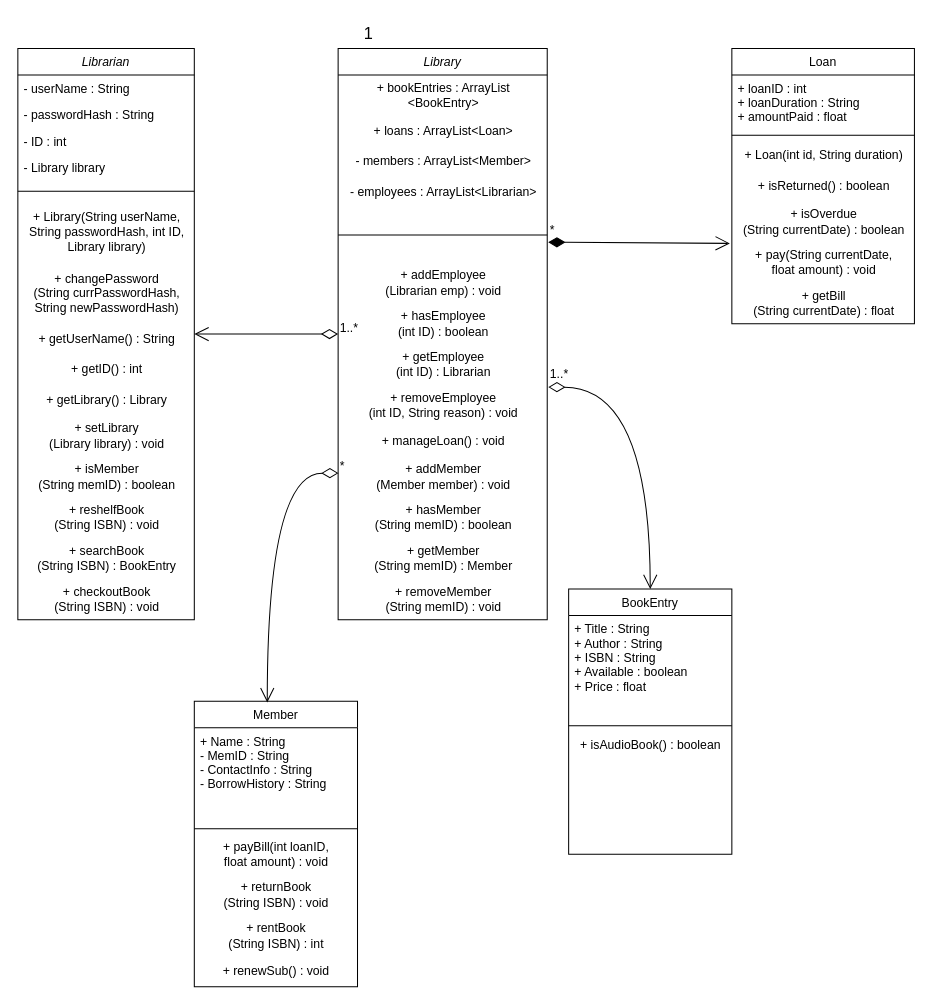
Above: Untitled Diagram.drawio in Twpendleton/ClassUMLDiagram (draw.io), before the change. Source tidied: cells renumbered, new cells numbered last; positions are measured from the earlier drawing's top-left corner, leaving out a move shared by most shapes. Both pictures are drawn from the tidied source at 102%, with x=0, y=0 at pixel (17, 17).
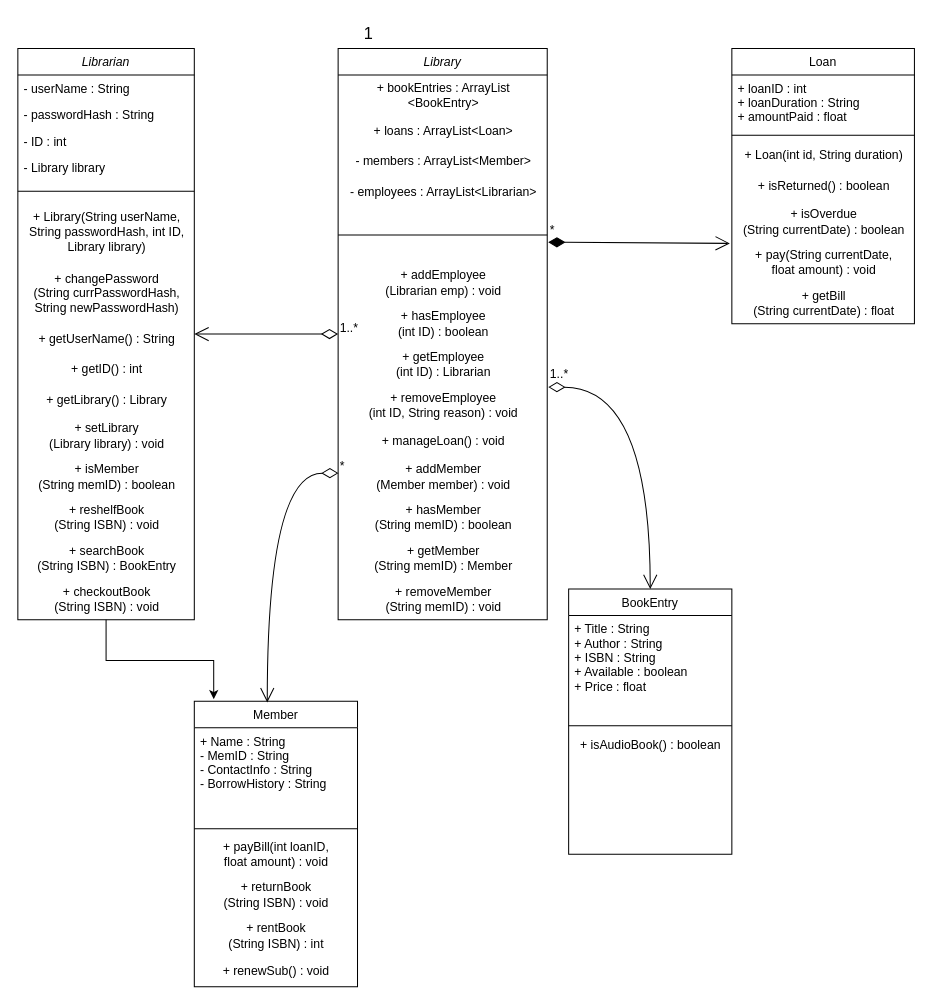
The same diagram, later.

The change refers to these unchanged cells:
```xml
<mxCell id="17" value="+ checkoutBook&lt;div&gt;(String ISBN) : void&lt;/div&gt;" style="text;html=1;align=center;verticalAlign=middle;points=[];strokeColor=none;fillColor=none;" parent="2" vertex="1">
  <mxGeometry y="520" width="173" height="40" as="geometry" />
</mxCell>
<mxCell id="18" value="Member" style="swimlane;fontStyle=0;align=center;verticalAlign=top;horizontal=1;startSize=26;rounded=0;shadow=0;strokeWidth=1;" parent="1" vertex="1">
  <mxGeometry x="173" y="670" width="160" height="280" as="geometry" />
</mxCell>
```

The edit, as a diff of the source:
```diff
@@
+    <mxCell id="57" style="edgeStyle=orthogonalEdgeStyle;rounded=0;jettySize=auto;html=1;entryX=0.119;entryY=-0.007;entryDx=0;entryDy=0;entryPerimeter=0;" parent="1" edge="1" source="17" target="18">
+      <mxGeometry relative="1" as="geometry" />
+    </mxCell>
```
